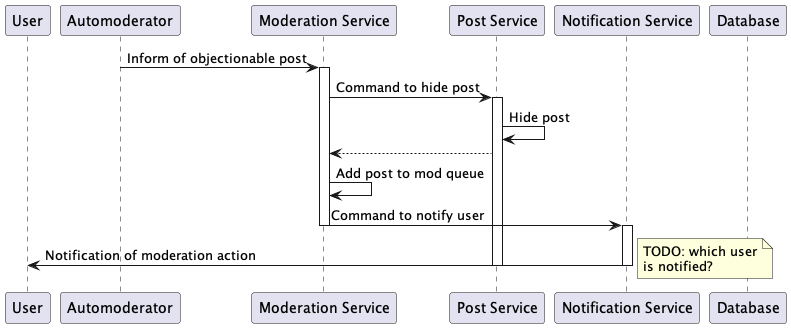
Before: usecases/Moderation/diagrams/sequence_diagrams/sys_flag.png, a diagram exported from PlantUML (MatthewM46/Blog-Website).
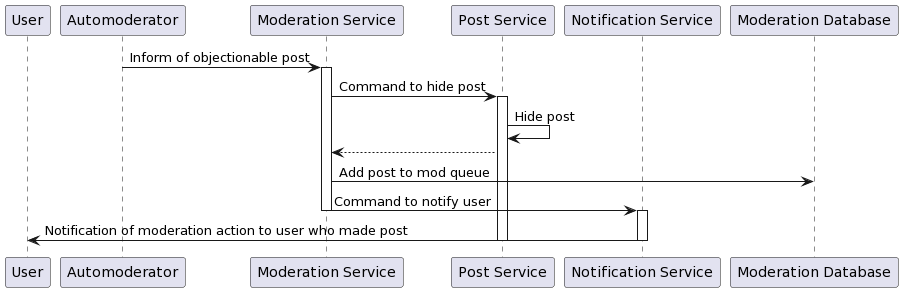
The same diagram one commit later.

Commit message:
Clarify "Post Review" Usecase #23

Diff of the diagram source:
```diff
@@ -1,11 +1,10 @@
 @startuml
-
 participant "User" as user
 participant "Automoderator" as automod
 participant "Moderation Service" as modserv
 participant "Post Service" as postserv
 participant "Notification Service" as notserv
-participant "Database" as db
+participant "Moderation Database" as db
 
 automod -> modserv: Inform of objectionable post
 activate modserv
@@ -18,23 +17,16 @@
 
 postserv --> modserv
 
-modserv -> modserv: Add post to mod queue
+modserv -> db: Add post to mod queue
 
 modserv -> notserv: Command to notify user
 deactivate modserv
 
 activate notserv
 
-notserv -> user: Notification of moderation action
+notserv -> user: Notification of moderation action to user who made post
 
 deactivate notserv
 
-note right
-	TODO: which user
-	is notified?
-end note
-
 deactivate postserv
-
-
 @enduml
```
